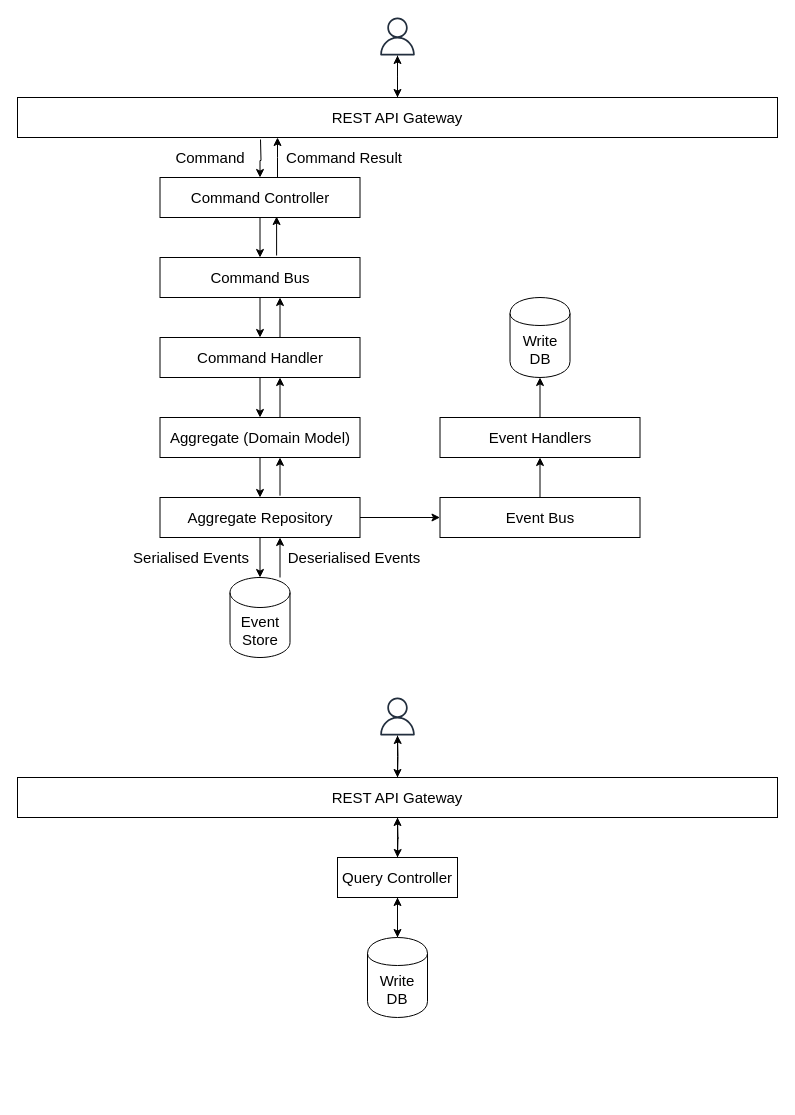
Above: Diagrams/CQRS.drawio in NilavPatel/Todo.CQRS (draw.io), before the change. Source tidied: cells renumbered, new cells numbered last; positions are measured from the earlier drawing's top-left corner, leaving out a move shared by most shapes. Both pictures are drawn from the tidied source at 100%, with x=0, y=0 at pixel (17, 17).
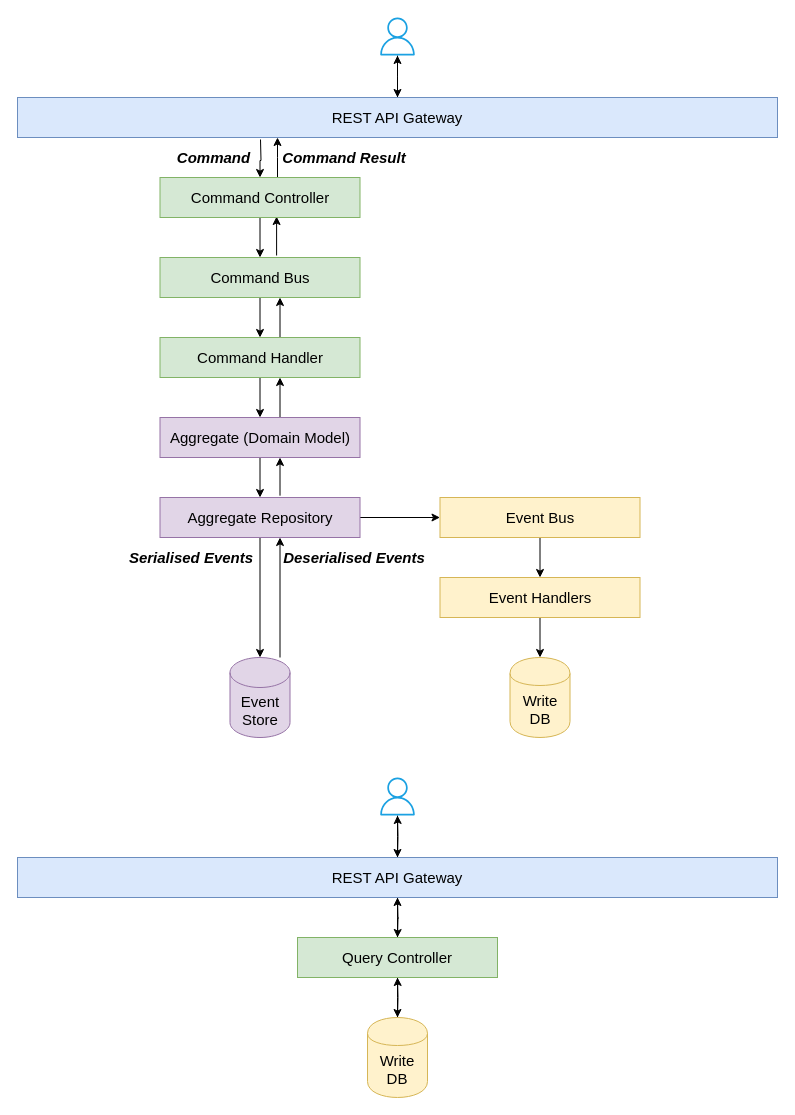
Above is the later version.

Change to the diagram source:
```diff
@@
-    <mxCell id="3" style="outlineConnect=0;fontColor=#232F3E;gradientColor=none;fillColor=#232F3E;strokeColor=none;dashed=0;verticalLabelPosition=bottom;verticalAlign=top;align=center;html=1;fontSize=15;fontStyle=0;shape=mxgraph.aws4.user;" parent="1" vertex="1">
+    <mxCell id="3" style="outlineConnect=0;fontColor=#ffffff;fillColor=#1ba1e2;strokeColor=#006EAF;dashed=0;verticalLabelPosition=bottom;verticalAlign=top;align=center;html=1;fontSize=15;fontStyle=0;shape=mxgraph.aws4.user;" parent="1" vertex="1">
       <mxGeometry x="361" width="38" height="38" as="geometry" />
     </mxCell>
@@
-    <mxCell id="6" value="REST API Gateway" style="rounded=0;whiteSpace=wrap;html=1;fontSize=15;" parent="1" vertex="1">
+    <mxCell id="6" value="REST API Gateway" style="rounded=0;whiteSpace=wrap;html=1;fontSize=15;fillColor=#dae8fc;strokeColor=#6c8ebf;" parent="1" vertex="1">
       <mxGeometry y="80" width="760" height="40" as="geometry" />
     </mxCell>
@@
-    <mxCell id="9" value="Command Bus" style="rounded=0;whiteSpace=wrap;html=1;fontSize=15;" parent="1" vertex="1">
+    <mxCell id="9" value="Command Bus" style="rounded=0;whiteSpace=wrap;html=1;fontSize=15;fillColor=#d5e8d4;strokeColor=#82b366;" parent="1" vertex="1">
       <mxGeometry x="142.5" y="240" width="200" height="40" as="geometry" />
     </mxCell>
-    <mxCell id="10" value="Command" style="text;html=1;strokeColor=none;fillColor=none;align=center;verticalAlign=middle;whiteSpace=wrap;rounded=0;fontSize=15;" parent="1" vertex="1">
-      <mxGeometry x="172.5" y="130" width="40" height="20" as="geometry" />
+    <mxCell id="10" value="Command" style="text;html=1;strokeColor=none;fillColor=none;align=center;verticalAlign=middle;whiteSpace=wrap;rounded=0;fontSize=15;fontStyle=3;" parent="1" vertex="1">
+      <mxGeometry x="160" y="130" width="72.5" height="20" as="geometry" />
     </mxCell>
-    <mxCell id="11" value="Command Result&lt;br style=&quot;font-size: 15px;&quot;&gt;" style="text;html=1;strokeColor=none;fillColor=none;align=center;verticalAlign=middle;whiteSpace=wrap;rounded=0;fontSize=15;" parent="1" vertex="1">
+    <mxCell id="11" value="Command Result&lt;br style=&quot;font-size: 15px;&quot;&gt;" style="text;html=1;strokeColor=none;fillColor=none;align=center;verticalAlign=middle;whiteSpace=wrap;rounded=0;fontSize=15;fontStyle=3;" parent="1" vertex="1">
       <mxGeometry x="264" y="130" width="126" height="20" as="geometry" />
     </mxCell>
@@
-    <mxCell id="14" value="Command Handler" style="rounded=0;whiteSpace=wrap;html=1;fontSize=15;" parent="1" vertex="1">
+    <mxCell id="14" value="Command Handler" style="rounded=0;whiteSpace=wrap;html=1;fontSize=15;fillColor=#d5e8d4;strokeColor=#82b366;" parent="1" vertex="1">
       <mxGeometry x="142.5" y="320" width="200" height="40" as="geometry" />
     </mxCell>
@@
-    <mxCell id="17" value="Aggregate (Domain Model)" style="rounded=0;whiteSpace=wrap;html=1;fontSize=15;" parent="1" vertex="1">
+    <mxCell id="17" value="Aggregate (Domain Model)" style="rounded=0;whiteSpace=wrap;html=1;fontSize=15;fillColor=#e1d5e7;strokeColor=#9673a6;" parent="1" vertex="1">
       <mxGeometry x="142.5" y="400" width="200" height="40" as="geometry" />
     </mxCell>
@@
-    <mxCell id="21" value="Aggregate Repository" style="rounded=0;whiteSpace=wrap;html=1;fontSize=15;" parent="1" vertex="1">
+    <mxCell id="21" value="Aggregate Repository" style="rounded=0;whiteSpace=wrap;html=1;fontSize=15;fillColor=#e1d5e7;strokeColor=#9673a6;" parent="1" vertex="1">
       <mxGeometry x="142.5" y="480" width="200" height="40" as="geometry" />
     </mxCell>
@@
-    <mxCell id="23" value="Event Store" style="shape=cylinder3;whiteSpace=wrap;html=1;boundedLbl=1;backgroundOutline=1;size=15;fontSize=15;" parent="1" vertex="1">
-      <mxGeometry x="212.5" y="560" width="60" height="80" as="geometry" />
+    <mxCell id="23" value="Event Store" style="shape=cylinder3;whiteSpace=wrap;html=1;boundedLbl=1;backgroundOutline=1;size=15;fontSize=15;fillColor=#e1d5e7;strokeColor=#9673a6;" parent="1" vertex="1">
+      <mxGeometry x="212.5" y="640" width="60" height="80" as="geometry" />
     </mxCell>
@@
-    <mxCell id="25" value="Event Bus" style="rounded=0;whiteSpace=wrap;html=1;fontSize=15;" parent="1" vertex="1">
+    <mxCell id="25" value="Event Bus" style="rounded=0;whiteSpace=wrap;html=1;fontSize=15;fillColor=#fff2cc;strokeColor=#d6b656;" parent="1" vertex="1">
       <mxGeometry x="422.5" y="480" width="200" height="40" as="geometry" />
     </mxCell>
@@
-    <mxCell id="27" value="Event Handlers" style="rounded=0;whiteSpace=wrap;html=1;fontSize=15;" parent="1" vertex="1">
-      <mxGeometry x="422.5" y="400" width="200" height="40" as="geometry" />
+    <mxCell id="27" value="Event Handlers" style="rounded=0;whiteSpace=wrap;html=1;fontSize=15;fillColor=#fff2cc;strokeColor=#d6b656;" parent="1" vertex="1">
+      <mxGeometry x="422.5" y="560" width="200" height="40" as="geometry" />
     </mxCell>
-    <mxCell id="28" value="Write DB" style="shape=cylinder;whiteSpace=wrap;html=1;boundedLbl=1;backgroundOutline=1;rounded=0;fontSize=15;" parent="1" vertex="1">
-      <mxGeometry x="492.5" y="280" width="60" height="80" as="geometry" />
+    <mxCell id="28" value="Write DB" style="shape=cylinder;whiteSpace=wrap;html=1;boundedLbl=1;backgroundOutline=1;rounded=0;fontSize=15;fillColor=#fff2cc;strokeColor=#d6b656;" parent="1" vertex="1">
+      <mxGeometry x="492.5" y="640" width="60" height="80" as="geometry" />
     </mxCell>
@@
-    <mxCell id="30" value="Serialised Events&lt;br style=&quot;font-size: 15px;&quot;&gt;" style="text;html=1;strokeColor=none;fillColor=none;align=center;verticalAlign=middle;whiteSpace=wrap;rounded=0;fontSize=15;" parent="1" vertex="1">
+    <mxCell id="30" value="Serialised Events&lt;br style=&quot;font-size: 15px;&quot;&gt;" style="text;html=1;strokeColor=none;fillColor=none;align=center;verticalAlign=middle;whiteSpace=wrap;rounded=0;fontSize=15;fontStyle=3;" parent="1" vertex="1">
       <mxGeometry x="110" y="530" width="127.5" height="20" as="geometry" />
     </mxCell>
-    <mxCell id="31" value="Deserialised Events" style="text;html=1;strokeColor=none;fillColor=none;align=center;verticalAlign=middle;whiteSpace=wrap;rounded=0;fontSize=15;" parent="1" vertex="1">
+    <mxCell id="31" value="Deserialised Events" style="text;html=1;strokeColor=none;fillColor=none;align=center;verticalAlign=middle;whiteSpace=wrap;rounded=0;fontSize=15;fontStyle=3;" parent="1" vertex="1">
       <mxGeometry x="264" y="530" width="146" height="20" as="geometry" />
     </mxCell>
     <mxCell id="32" style="edgeStyle=orthogonalEdgeStyle;rounded=0;jettySize=auto;html=1;fontSize=15;" parent="1" edge="1" source="33">
       <mxGeometry relative="1" as="geometry">
-        <mxPoint x="380" y="760" as="targetPoint" />
+        <mxPoint x="380" y="840" as="targetPoint" />
       </mxGeometry>
     </mxCell>
-    <mxCell id="33" style="outlineConnect=0;fontColor=#232F3E;gradientColor=none;fillColor=#232F3E;strokeColor=none;dashed=0;verticalLabelPosition=bottom;verticalAlign=top;align=center;html=1;fontSize=15;fontStyle=0;shape=mxgraph.aws4.user;" parent="1" vertex="1">
-      <mxGeometry x="361" y="680" width="38" height="38" as="geometry" />
+    <mxCell id="33" style="outlineConnect=0;fontColor=#ffffff;fillColor=#1ba1e2;strokeColor=#006EAF;dashed=0;verticalLabelPosition=bottom;verticalAlign=top;align=center;html=1;fontSize=15;fontStyle=0;shape=mxgraph.aws4.user;" parent="1" vertex="1">
+      <mxGeometry x="361" y="760" width="38" height="38" as="geometry" />
     </mxCell>
     <mxCell id="34" style="edgeStyle=orthogonalEdgeStyle;rounded=0;jettySize=auto;html=1;fontSize=15;" parent="1" edge="1" target="33">
       <mxGeometry relative="1" as="geometry">
-        <mxPoint x="380" y="760" as="sourcePoint" />
+        <mxPoint x="380" y="840" as="sourcePoint" />
       </mxGeometry>
     </mxCell>
     <mxCell id="35" style="edgeStyle=orthogonalEdgeStyle;rounded=0;orthogonalLoop=1;jettySize=auto;html=1;fontSize=15;" parent="1" edge="1">
       <mxGeometry relative="1" as="geometry">
-        <mxPoint x="380" y="800" as="sourcePoint" />
-        <mxPoint x="380" y="840" as="targetPoint" />
+        <mxPoint x="380" y="880" as="sourcePoint" />
+        <mxPoint x="380" y="920" as="targetPoint" />
       </mxGeometry>
     </mxCell>
-    <mxCell id="36" value="REST API Gateway" style="rounded=0;whiteSpace=wrap;html=1;fontSize=15;" parent="1" vertex="1">
-      <mxGeometry y="760" width="760" height="40" as="geometry" />
+    <mxCell id="36" value="REST API Gateway" style="rounded=0;whiteSpace=wrap;html=1;fontSize=15;fillColor=#dae8fc;strokeColor=#6c8ebf;" parent="1" vertex="1">
+      <mxGeometry y="840" width="760" height="40" as="geometry" />
     </mxCell>
-    <mxCell id="37" style="edgeStyle=orthogonalEdgeStyle;rounded=0;jettySize=auto;html=1;entryX=0.5;entryY=1;entryDx=0;entryDy=0;fontSize=15;" parent="1" edge="1" source="38" target="41">
-      <mxGeometry relative="1" as="geometry" />
+    <mxCell id="37" style="edgeStyle=orthogonalEdgeStyle;rounded=0;jettySize=auto;html=1;entryX=0.5;entryY=1;entryDx=0;entryDy=0;fontSize=15;" parent="1" edge="1" target="41">
+      <mxGeometry relative="1" as="geometry">
+        <mxPoint x="380" y="1000" as="sourcePoint" />
+      </mxGeometry>
     </mxCell>
-    <mxCell id="38" value="Write DB" style="shape=cylinder;whiteSpace=wrap;html=1;boundedLbl=1;backgroundOutline=1;rounded=0;fontSize=15;" parent="1" vertex="1">
-      <mxGeometry x="350" y="920" width="60" height="80" as="geometry" />
+    <mxCell id="38" value="Write DB" style="shape=cylinder;whiteSpace=wrap;html=1;boundedLbl=1;backgroundOutline=1;rounded=0;fontSize=15;fillColor=#fff2cc;strokeColor=#d6b656;" parent="1" vertex="1">
+      <mxGeometry x="350" y="1000" width="60" height="80" as="geometry" />
     </mxCell>
     <mxCell id="39" style="edgeStyle=orthogonalEdgeStyle;rounded=0;jettySize=auto;html=1;fontSize=15;" parent="1" edge="1" source="41">
       <mxGeometry relative="1" as="geometry">
-        <mxPoint x="380" y="800" as="targetPoint" />
+        <mxPoint x="380" y="880" as="targetPoint" />
       </mxGeometry>
     </mxCell>
-    <mxCell id="40" style="edgeStyle=orthogonalEdgeStyle;rounded=0;jettySize=auto;html=1;fontSize=15;" parent="1" edge="1" source="41" target="38">
-      <mxGeometry relative="1" as="geometry" />
+    <mxCell id="40" style="edgeStyle=orthogonalEdgeStyle;rounded=0;jettySize=auto;html=1;fontSize=15;" parent="1" edge="1" source="41">
+      <mxGeometry relative="1" as="geometry">
+        <mxPoint x="380" y="1000" as="targetPoint" />
+      </mxGeometry>
     </mxCell>
-    <mxCell id="41" value="Query Controller" style="rounded=0;whiteSpace=wrap;html=1;fontSize=15;" parent="1" vertex="1">
-      <mxGeometry x="320" y="840" width="120" height="40" as="geometry" />
+    <mxCell id="41" value="Query Controller" style="rounded=0;whiteSpace=wrap;html=1;fontSize=15;fillColor=#d5e8d4;strokeColor=#82b366;" parent="1" vertex="1">
+      <mxGeometry x="280" y="920" width="200" height="40" as="geometry" />
     </mxCell>
@@
-    <mxCell id="44" value="Command Controller" style="rounded=0;whiteSpace=wrap;html=1;fontSize=15;" parent="1" vertex="1">
+    <mxCell id="44" value="Command Controller" style="rounded=0;whiteSpace=wrap;html=1;fontSize=15;fillColor=#d5e8d4;strokeColor=#82b366;" parent="1" vertex="1">
       <mxGeometry x="142.5" y="160" width="200" height="40" as="geometry" />
     </mxCell>
```
